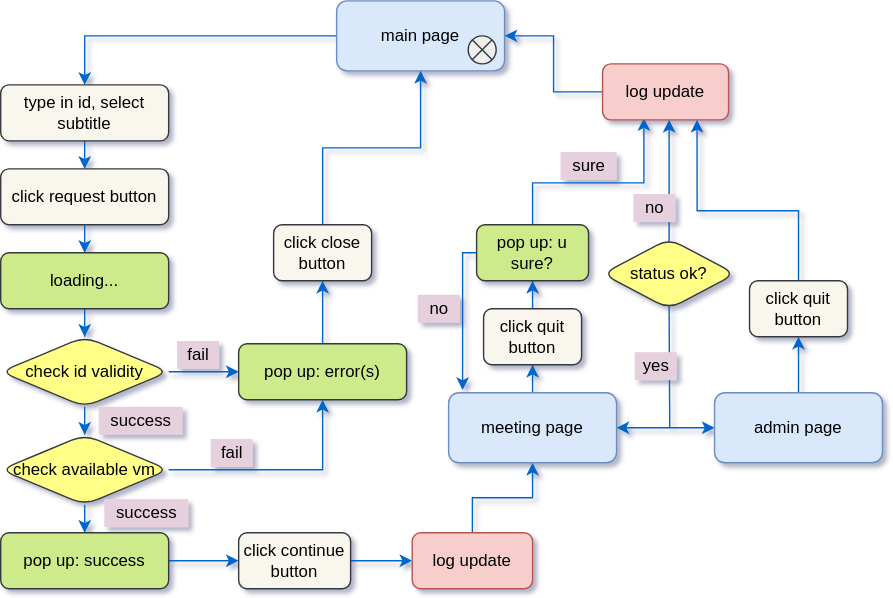
This is stories/process-diagram-service-request/diag.drawio.svg from schneeboat/schneeboat.github.io, a draw.io export, as it was before one commit. Source tidied: cells renumbered, new cells last; positions are measured from the earlier drawing's top-left corner, leaving out a move shared by most shapes. Source of this version:
```xml
<mxGraphModel>
  <root>
    <mxCell id="0" />
    <mxCell id="1" parent="0" />
    <mxCell id="2" style="edgeStyle=orthogonalEdgeStyle;rounded=0;jettySize=auto;html=1;strokeColor=#0066CC;" parent="1" edge="1" source="3" target="5">
      <mxGeometry relative="1" as="geometry" />
    </mxCell>
    <mxCell id="3" value="main page" style="rounded=1;whiteSpace=wrap;html=1;fillColor=#dae8fc;strokeColor=#6c8ebf;" parent="1" vertex="1">
      <mxGeometry x="240" width="120" height="50" as="geometry" />
    </mxCell>
    <mxCell id="4" style="edgeStyle=orthogonalEdgeStyle;rounded=0;jettySize=auto;html=1;strokeColor=#0066CC;" parent="1" edge="1" source="5" target="7">
      <mxGeometry relative="1" as="geometry" />
    </mxCell>
    <mxCell id="5" value="type in id, select subtitle" style="whiteSpace=wrap;html=1;rounded=1;fillColor=#f9f7ed;strokeColor=#36393d;" parent="1" vertex="1">
      <mxGeometry y="60" width="120" height="40" as="geometry" />
    </mxCell>
    <mxCell id="6" style="edgeStyle=orthogonalEdgeStyle;rounded=0;jettySize=auto;html=1;strokeColor=#0066CC;" parent="1" edge="1" source="7" target="9">
      <mxGeometry relative="1" as="geometry" />
    </mxCell>
    <mxCell id="7" value="click request button" style="whiteSpace=wrap;html=1;rounded=1;fillColor=#f9f7ed;strokeColor=#36393d;" parent="1" vertex="1">
      <mxGeometry y="120" width="120" height="40" as="geometry" />
    </mxCell>
    <mxCell id="8" style="edgeStyle=orthogonalEdgeStyle;rounded=0;jettySize=auto;html=1;strokeColor=#0066CC;" parent="1" edge="1" source="9" target="12">
      <mxGeometry relative="1" as="geometry" />
    </mxCell>
    <mxCell id="9" value="loading..." style="whiteSpace=wrap;html=1;rounded=1;fillColor=#cdeb8b;strokeColor=#36393d;" parent="1" vertex="1">
      <mxGeometry y="180" width="120" height="40" as="geometry" />
    </mxCell>
    <mxCell id="10" style="edgeStyle=orthogonalEdgeStyle;rounded=0;jettySize=auto;html=1;strokeColor=#0066CC;" parent="1" edge="1" source="12" target="15">
      <mxGeometry relative="1" as="geometry" />
    </mxCell>
    <mxCell id="11" style="edgeStyle=orthogonalEdgeStyle;rounded=0;jettySize=auto;html=1;strokeColor=#0066CC;" parent="1" edge="1" source="12" target="21">
      <mxGeometry relative="1" as="geometry" />
    </mxCell>
    <mxCell id="12" value="check id validity" style="rhombus;whiteSpace=wrap;html=1;rounded=1;fillColor=#ffff88;strokeColor=#36393d;" parent="1" vertex="1">
      <mxGeometry y="240" width="120" height="50" as="geometry" />
    </mxCell>
    <mxCell id="13" style="edgeStyle=orthogonalEdgeStyle;rounded=0;jettySize=auto;html=1;strokeColor=#0066CC;" parent="1" edge="1" source="15" target="17">
      <mxGeometry relative="1" as="geometry" />
    </mxCell>
    <mxCell id="14" style="edgeStyle=orthogonalEdgeStyle;rounded=0;jettySize=auto;html=1;entryX=0.5;entryY=1;entryDx=0;entryDy=0;strokeColor=#0066CC;" parent="1" edge="1" source="15" target="21">
      <mxGeometry relative="1" as="geometry" />
    </mxCell>
    <mxCell id="15" value="check available vm" style="rhombus;whiteSpace=wrap;html=1;rounded=1;fillColor=#ffff88;strokeColor=#36393d;" parent="1" vertex="1">
      <mxGeometry y="310" width="120" height="50" as="geometry" />
    </mxCell>
    <mxCell id="16" style="edgeStyle=orthogonalEdgeStyle;rounded=0;jettySize=auto;html=1;strokeColor=#0066CC;" parent="1" edge="1" source="17" target="27">
      <mxGeometry relative="1" as="geometry" />
    </mxCell>
    <mxCell id="17" value="pop up: success" style="whiteSpace=wrap;html=1;rounded=1;fillColor=#cdeb8b;strokeColor=#36393d;" parent="1" vertex="1">
      <mxGeometry y="380" width="120" height="40" as="geometry" />
    </mxCell>
    <mxCell id="18" value="success" style="text;html=1;align=center;verticalAlign=middle;strokeColor=none;fillColor=#E6D0DE;" parent="1" vertex="1">
      <mxGeometry x="70" y="290" width="60" height="20" as="geometry" />
    </mxCell>
    <mxCell id="19" value="success" style="text;html=1;align=center;verticalAlign=middle;strokeColor=none;fillColor=#E6D0DE;" parent="1" vertex="1">
      <mxGeometry x="74" y="356" width="60" height="20" as="geometry" />
    </mxCell>
    <mxCell id="20" style="edgeStyle=orthogonalEdgeStyle;rounded=0;jettySize=auto;html=1;strokeColor=#0066CC;" parent="1" edge="1" source="21" target="25">
      <mxGeometry relative="1" as="geometry" />
    </mxCell>
    <mxCell id="21" value="pop up: error(s)" style="whiteSpace=wrap;html=1;rounded=1;fillColor=#cdeb8b;strokeColor=#36393d;" parent="1" vertex="1">
      <mxGeometry x="170" y="245" width="120" height="40" as="geometry" />
    </mxCell>
    <mxCell id="22" value="fail" style="text;html=1;align=center;verticalAlign=middle;strokeColor=none;fillColor=#E6D0DE;" parent="1" vertex="1">
      <mxGeometry x="126" y="243" width="30" height="20" as="geometry" />
    </mxCell>
    <mxCell id="23" value="fail" style="text;html=1;align=center;verticalAlign=middle;strokeColor=none;fillColor=#E6D0DE;" parent="1" vertex="1">
      <mxGeometry x="150" y="313" width="30" height="20" as="geometry" />
    </mxCell>
    <mxCell id="24" style="edgeStyle=orthogonalEdgeStyle;rounded=0;jettySize=auto;html=1;strokeColor=#0066CC;" parent="1" edge="1" source="25" target="3">
      <mxGeometry relative="1" as="geometry" />
    </mxCell>
    <mxCell id="25" value="click close button" style="whiteSpace=wrap;html=1;rounded=1;fillColor=#f9f7ed;strokeColor=#36393d;" parent="1" vertex="1">
      <mxGeometry x="195" y="160" width="70" height="40" as="geometry" />
    </mxCell>
    <mxCell id="26" style="edgeStyle=orthogonalEdgeStyle;rounded=0;jettySize=auto;html=1;strokeColor=#0066CC;" parent="1" edge="1" source="27" target="29">
      <mxGeometry relative="1" as="geometry" />
    </mxCell>
    <mxCell id="27" value="click continue button" style="whiteSpace=wrap;html=1;rounded=1;fillColor=#f9f7ed;strokeColor=#36393d;" parent="1" vertex="1">
      <mxGeometry x="170" y="380" width="80" height="40" as="geometry" />
    </mxCell>
    <mxCell id="28" style="edgeStyle=orthogonalEdgeStyle;rounded=0;jettySize=auto;html=1;strokeColor=#0066CC;" parent="1" edge="1" source="29" target="32">
      <mxGeometry relative="1" as="geometry" />
    </mxCell>
    <mxCell id="29" value="log update" style="whiteSpace=wrap;html=1;rounded=1;fillColor=#f8cecc;strokeColor=#b85450;" parent="1" vertex="1">
      <mxGeometry x="294" y="380" width="86" height="40" as="geometry" />
    </mxCell>
    <mxCell id="30" style="edgeStyle=orthogonalEdgeStyle;rounded=0;jettySize=auto;html=1;startArrow=classic;startFill=1;strokeColor=#0066CC;" parent="1" edge="1" source="32" target="34">
      <mxGeometry relative="1" as="geometry" />
    </mxCell>
    <mxCell id="31" style="edgeStyle=orthogonalEdgeStyle;rounded=0;jettySize=auto;html=1;strokeColor=#0066CC;" parent="1" edge="1" source="32" target="36">
      <mxGeometry relative="1" as="geometry" />
    </mxCell>
    <mxCell id="32" value="meeting page" style="whiteSpace=wrap;html=1;rounded=1;fillColor=#dae8fc;strokeColor=#6c8ebf;" parent="1" vertex="1">
      <mxGeometry x="320" y="280" width="120" height="50" as="geometry" />
    </mxCell>
    <mxCell id="33" style="edgeStyle=orthogonalEdgeStyle;rounded=0;jettySize=auto;html=1;startArrow=none;startFill=0;endArrow=classic;endFill=1;strokeColor=#0066CC;" parent="1" edge="1" source="34" target="49">
      <mxGeometry relative="1" as="geometry" />
    </mxCell>
    <mxCell id="34" value="admin page" style="whiteSpace=wrap;html=1;rounded=1;fillColor=#dae8fc;strokeColor=#6c8ebf;" parent="1" vertex="1">
      <mxGeometry x="510" y="280" width="120" height="50" as="geometry" />
    </mxCell>
    <mxCell id="35" style="edgeStyle=orthogonalEdgeStyle;rounded=0;jettySize=auto;html=1;strokeColor=#0066CC;" parent="1" edge="1" source="36" target="39">
      <mxGeometry relative="1" as="geometry" />
    </mxCell>
    <mxCell id="36" value="click quit button" style="whiteSpace=wrap;html=1;rounded=1;fillColor=#f9f7ed;strokeColor=#36393d;" parent="1" vertex="1">
      <mxGeometry x="345" y="220" width="70" height="40" as="geometry" />
    </mxCell>
    <mxCell id="37" style="edgeStyle=orthogonalEdgeStyle;rounded=0;jettySize=auto;html=1;exitX=0.5;exitY=0;exitDx=0;exitDy=0;entryX=0.328;entryY=0.969;entryDx=0;entryDy=0;entryPerimeter=0;strokeColor=#0066CC;" parent="1" edge="1" source="39" target="41">
      <mxGeometry relative="1" as="geometry">
        <Array as="points">
          <mxPoint x="380" y="130" />
          <mxPoint x="460" y="130" />
        </Array>
      </mxGeometry>
    </mxCell>
    <mxCell id="38" style="edgeStyle=orthogonalEdgeStyle;rounded=0;jettySize=auto;html=1;startArrow=none;startFill=0;endArrow=classic;endFill=1;strokeColor=#0066CC;" parent="1" edge="1" source="39">
      <mxGeometry relative="1" as="geometry">
        <mxPoint x="330" y="278" as="targetPoint" />
        <Array as="points">
          <mxPoint x="330" y="180" />
        </Array>
      </mxGeometry>
    </mxCell>
    <mxCell id="39" value="pop up: u sure?" style="whiteSpace=wrap;html=1;rounded=1;fillColor=#cdeb8b;strokeColor=#36393d;" parent="1" vertex="1">
      <mxGeometry x="340" y="160" width="80" height="40" as="geometry" />
    </mxCell>
    <mxCell id="40" style="edgeStyle=orthogonalEdgeStyle;rounded=0;jettySize=auto;html=1;startArrow=none;startFill=0;endArrow=classic;endFill=1;strokeColor=#0066CC;" parent="1" edge="1" source="41" target="3">
      <mxGeometry relative="1" as="geometry" />
    </mxCell>
    <mxCell id="41" value="log update" style="whiteSpace=wrap;html=1;rounded=1;fillColor=#f8cecc;strokeColor=#b85450;" parent="1" vertex="1">
      <mxGeometry x="430" y="45" width="90" height="40" as="geometry" />
    </mxCell>
    <mxCell id="42" value="sure" style="text;html=1;align=center;verticalAlign=middle;strokeColor=none;fillColor=#E6D0DE;" parent="1" vertex="1">
      <mxGeometry x="400" y="108" width="40" height="20" as="geometry" />
    </mxCell>
    <mxCell id="43" style="endArrow=none;html=1;rounded=0;entryX=0.5;entryY=1;entryDx=0;entryDy=0;strokeColor=#0066CC;" parent="1" edge="1">
      <mxGeometry relative="1" as="geometry">
        <mxPoint x="478" y="305" as="sourcePoint" />
        <mxPoint x="477.5" y="213" as="targetPoint" />
      </mxGeometry>
    </mxCell>
    <mxCell id="44" style="edgeStyle=orthogonalEdgeStyle;rounded=0;jettySize=auto;html=1;startArrow=none;startFill=0;exitX=0.5;exitY=0;exitDx=0;exitDy=0;strokeColor=#0066CC;" parent="1" edge="1" source="45" target="41">
      <mxGeometry relative="1" as="geometry">
        <Array as="points">
          <mxPoint x="478" y="210" />
          <mxPoint x="478" y="210" />
        </Array>
      </mxGeometry>
    </mxCell>
    <mxCell id="45" value="status ok?" style="rhombus;whiteSpace=wrap;html=1;rounded=1;fillColor=#ffff88;strokeColor=#36393d;" parent="1" vertex="1">
      <mxGeometry x="430" y="170" width="95" height="50" as="geometry" />
    </mxCell>
    <mxCell id="46" value="yes" style="text;html=1;align=center;verticalAlign=middle;strokeColor=none;fillColor=#E6D0DE;" parent="1" vertex="1">
      <mxGeometry x="453" y="251" width="30" height="20" as="geometry" />
    </mxCell>
    <mxCell id="47" value="no" style="text;html=1;align=center;verticalAlign=middle;strokeColor=none;fillColor=#E6D0DE;" parent="1" vertex="1">
      <mxGeometry x="452" y="138" width="30" height="20" as="geometry" />
    </mxCell>
    <mxCell id="48" style="edgeStyle=orthogonalEdgeStyle;rounded=0;jettySize=auto;html=1;startArrow=none;startFill=0;endArrow=classic;endFill=1;exitX=0.5;exitY=0;exitDx=0;exitDy=0;entryX=0.75;entryY=1;entryDx=0;entryDy=0;strokeColor=#0066CC;" parent="1" edge="1" source="49" target="41">
      <mxGeometry relative="1" as="geometry">
        <Array as="points">
          <mxPoint x="570" y="150" />
          <mxPoint x="498" y="150" />
        </Array>
      </mxGeometry>
    </mxCell>
    <mxCell id="49" value="click quit button" style="whiteSpace=wrap;html=1;rounded=1;fillColor=#f9f7ed;strokeColor=#36393d;" parent="1" vertex="1">
      <mxGeometry x="535" y="200" width="70" height="40" as="geometry" />
    </mxCell>
    <mxCell id="50" style="verticalLabelPosition=bottom;verticalAlign=top;html=1;shape=mxgraph.flowchart.or;fillColor=#eeeeee;strokeColor=#36393d;" parent="1" vertex="1">
      <mxGeometry x="334" y="25" width="20" height="20" as="geometry" />
    </mxCell>
    <mxCell id="51" value="no" style="text;html=1;align=center;verticalAlign=middle;strokeColor=none;fillColor=#E6D0DE;" parent="1" vertex="1">
      <mxGeometry x="298" y="210" width="30" height="20" as="geometry" />
    </mxCell>
  </root>
</mxGraphModel>
```
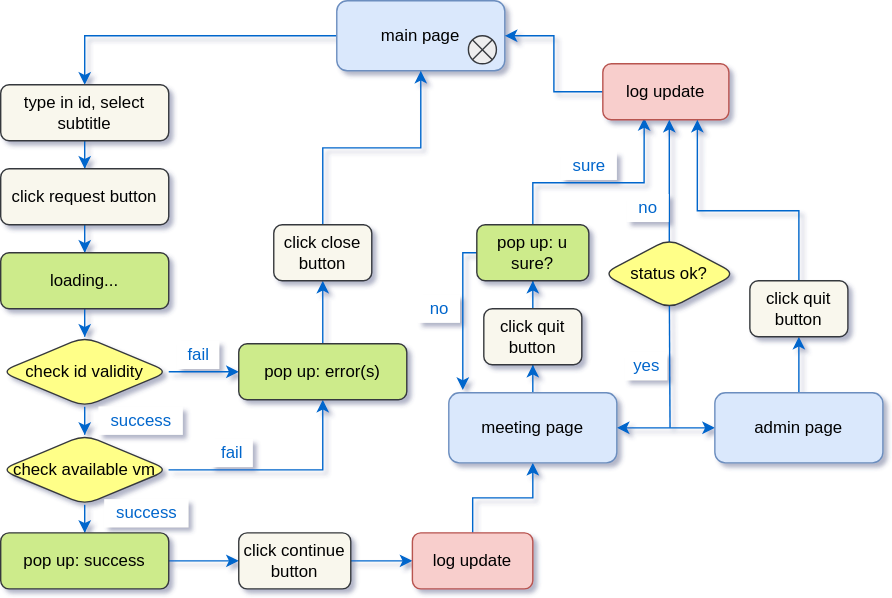
Above is the later version.

Change to the diagram source:
```diff
@@ -50,10 +50,10 @@
     <mxCell id="17" value="pop up: success" style="whiteSpace=wrap;html=1;rounded=1;fillColor=#cdeb8b;strokeColor=#36393d;" parent="1" vertex="1">
       <mxGeometry y="380" width="120" height="40" as="geometry" />
     </mxCell>
-    <mxCell id="18" value="success" style="text;html=1;align=center;verticalAlign=middle;strokeColor=none;fillColor=#E6D0DE;" parent="1" vertex="1">
+    <mxCell id="18" value="success" style="text;html=1;align=center;verticalAlign=middle;strokeColor=none;fillColor=#FFFFFF;fontColor=#0066CC;" parent="1" vertex="1">
       <mxGeometry x="70" y="290" width="60" height="20" as="geometry" />
     </mxCell>
-    <mxCell id="19" value="success" style="text;html=1;align=center;verticalAlign=middle;strokeColor=none;fillColor=#E6D0DE;" parent="1" vertex="1">
+    <mxCell id="19" value="success" style="text;html=1;align=center;verticalAlign=middle;strokeColor=none;fillColor=#FFFFFF;fontColor=#0066CC;" parent="1" vertex="1">
       <mxGeometry x="74" y="356" width="60" height="20" as="geometry" />
     </mxCell>
     <mxCell id="20" style="edgeStyle=orthogonalEdgeStyle;rounded=0;jettySize=auto;html=1;strokeColor=#0066CC;" parent="1" edge="1" source="21" target="25">
@@ -62,10 +62,10 @@
     <mxCell id="21" value="pop up: error(s)" style="whiteSpace=wrap;html=1;rounded=1;fillColor=#cdeb8b;strokeColor=#36393d;" parent="1" vertex="1">
       <mxGeometry x="170" y="245" width="120" height="40" as="geometry" />
     </mxCell>
-    <mxCell id="22" value="fail" style="text;html=1;align=center;verticalAlign=middle;strokeColor=none;fillColor=#E6D0DE;" parent="1" vertex="1">
+    <mxCell id="22" value="fail" style="text;html=1;align=center;verticalAlign=middle;strokeColor=none;fillColor=#FFFFFF;fontColor=#0066CC;" parent="1" vertex="1">
       <mxGeometry x="126" y="243" width="30" height="20" as="geometry" />
     </mxCell>
-    <mxCell id="23" value="fail" style="text;html=1;align=center;verticalAlign=middle;strokeColor=none;fillColor=#E6D0DE;" parent="1" vertex="1">
+    <mxCell id="23" value="fail" style="text;html=1;align=center;verticalAlign=middle;strokeColor=none;fillColor=#FFFFFF;fontColor=#0066CC;" parent="1" vertex="1">
       <mxGeometry x="150" y="313" width="30" height="20" as="geometry" />
     </mxCell>
     <mxCell id="24" style="edgeStyle=orthogonalEdgeStyle;rounded=0;jettySize=auto;html=1;strokeColor=#0066CC;" parent="1" edge="1" source="25" target="3">
@@ -132,7 +132,7 @@
     <mxCell id="41" value="log update" style="whiteSpace=wrap;html=1;rounded=1;fillColor=#f8cecc;strokeColor=#b85450;" parent="1" vertex="1">
       <mxGeometry x="430" y="45" width="90" height="40" as="geometry" />
     </mxCell>
-    <mxCell id="42" value="sure" style="text;html=1;align=center;verticalAlign=middle;strokeColor=none;fillColor=#E6D0DE;" parent="1" vertex="1">
+    <mxCell id="42" value="sure" style="text;html=1;align=center;verticalAlign=middle;strokeColor=none;fillColor=#FFFFFF;fontColor=#0066CC;" parent="1" vertex="1">
       <mxGeometry x="400" y="108" width="40" height="20" as="geometry" />
     </mxCell>
     <mxCell id="43" style="endArrow=none;html=1;rounded=0;entryX=0.5;entryY=1;entryDx=0;entryDy=0;strokeColor=#0066CC;" parent="1" edge="1">
@@ -152,11 +152,11 @@
     <mxCell id="45" value="status ok?" style="rhombus;whiteSpace=wrap;html=1;rounded=1;fillColor=#ffff88;strokeColor=#36393d;" parent="1" vertex="1">
       <mxGeometry x="430" y="170" width="95" height="50" as="geometry" />
     </mxCell>
-    <mxCell id="46" value="yes" style="text;html=1;align=center;verticalAlign=middle;strokeColor=none;fillColor=#E6D0DE;" parent="1" vertex="1">
-      <mxGeometry x="453" y="251" width="30" height="20" as="geometry" />
+    <mxCell id="46" value="yes" style="text;html=1;align=center;verticalAlign=middle;strokeColor=none;fillColor=#FFFFFF;fontColor=#0066CC;" parent="1" vertex="1">
+      <mxGeometry x="446" y="251" width="30" height="20" as="geometry" />
     </mxCell>
-    <mxCell id="47" value="no" style="text;html=1;align=center;verticalAlign=middle;strokeColor=none;fillColor=#E6D0DE;" parent="1" vertex="1">
-      <mxGeometry x="452" y="138" width="30" height="20" as="geometry" />
+    <mxCell id="47" value="no" style="text;html=1;align=center;verticalAlign=middle;strokeColor=none;fillColor=#FFFFFF;fontColor=#0066CC;" parent="1" vertex="1">
+      <mxGeometry x="447" y="138" width="30" height="20" as="geometry" />
     </mxCell>
     <mxCell id="48" style="edgeStyle=orthogonalEdgeStyle;rounded=0;jettySize=auto;html=1;startArrow=none;startFill=0;endArrow=classic;endFill=1;exitX=0.5;exitY=0;exitDx=0;exitDy=0;entryX=0.75;entryY=1;entryDx=0;entryDy=0;strokeColor=#0066CC;" parent="1" edge="1" source="49" target="41">
       <mxGeometry relative="1" as="geometry">
@@ -172,7 +172,7 @@
     <mxCell id="50" style="verticalLabelPosition=bottom;verticalAlign=top;html=1;shape=mxgraph.flowchart.or;fillColor=#eeeeee;strokeColor=#36393d;" parent="1" vertex="1">
       <mxGeometry x="334" y="25" width="20" height="20" as="geometry" />
     </mxCell>
-    <mxCell id="51" value="no" style="text;html=1;align=center;verticalAlign=middle;strokeColor=none;fillColor=#E6D0DE;" parent="1" vertex="1">
+    <mxCell id="51" value="no" style="text;html=1;align=center;verticalAlign=middle;strokeColor=none;fillColor=#FFFFFF;fontColor=#0066CC;" parent="1" vertex="1">
       <mxGeometry x="298" y="210" width="30" height="20" as="geometry" />
     </mxCell>
   </root>
```
